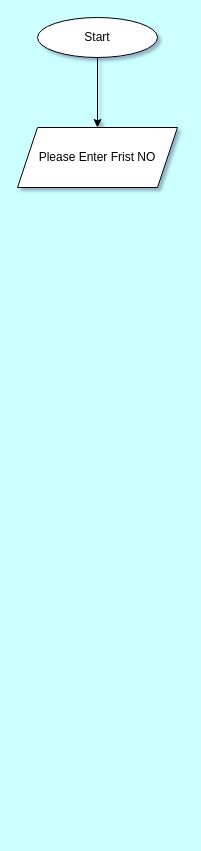
The draw.io diagram Frist Diagram.drawio in FoxAbdelaziz/FolderDiagrams, before the edit. Source tidied: cells renumbered, new cells numbered last; positions are measured from the earlier drawing's top-left corner, leaving out a move shared by most shapes. Both pictures are drawn from the tidied source at 100%, with x=0, y=0 at pixel (17, 17).
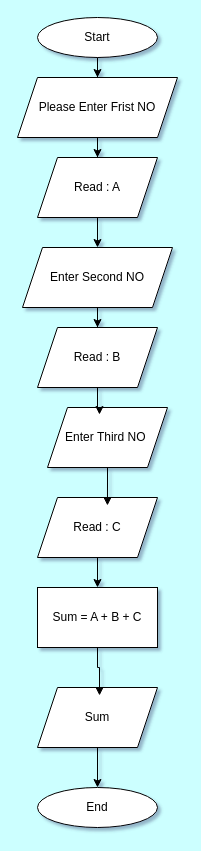
Above is the later version.

Change to the diagram source:
```diff
@@
+    <mxCell id="5" style="edgeStyle=orthogonalEdgeStyle;rounded=0;jettySize=auto;html=1;" parent="1" edge="1" source="4" target="7">
+      <mxGeometry relative="1" as="geometry" />
+    </mxCell>
     <mxCell id="4" value="Please Enter Frist NO" style="shape=parallelogram;perimeter=parallelogramPerimeter;whiteSpace=wrap;html=1;fixedSize=1;" parent="1" vertex="1">
-      <mxGeometry y="110" width="160" height="60" as="geometry" />
+      <mxGeometry y="60" width="160" height="60" as="geometry" />
     </mxCell>
+    <mxCell id="6" style="edgeStyle=orthogonalEdgeStyle;rounded=0;jettySize=auto;html=1;" parent="1" edge="1" source="7" target="9">
+      <mxGeometry relative="1" as="geometry" />
+    </mxCell>
+    <mxCell id="7" value="Read : A" style="shape=parallelogram;perimeter=parallelogramPerimeter;whiteSpace=wrap;html=1;fixedSize=1;" parent="1" vertex="1">
+      <mxGeometry x="20" y="140" width="120" height="60" as="geometry" />
+    </mxCell>
+    <mxCell id="8" style="edgeStyle=orthogonalEdgeStyle;rounded=0;jettySize=auto;html=1;" parent="1" edge="1" source="9" target="10">
+      <mxGeometry relative="1" as="geometry" />
+    </mxCell>
+    <mxCell id="9" value="Enter Second NO" style="shape=parallelogram;perimeter=parallelogramPerimeter;whiteSpace=wrap;html=1;fixedSize=1;" parent="1" vertex="1">
+      <mxGeometry x="5" y="230" width="150" height="60" as="geometry" />
+    </mxCell>
+    <mxCell id="10" value="Read : B" style="shape=parallelogram;perimeter=parallelogramPerimeter;whiteSpace=wrap;html=1;fixedSize=1;" parent="1" vertex="1">
+      <mxGeometry x="20" y="310" width="120" height="60" as="geometry" />
+    </mxCell>
+    <mxCell id="11" value="Enter Third NO&amp;nbsp;" style="shape=parallelogram;perimeter=parallelogramPerimeter;whiteSpace=wrap;html=1;fixedSize=1;" parent="1" vertex="1">
+      <mxGeometry x="30" y="390" width="120" height="60" as="geometry" />
+    </mxCell>
+    <mxCell id="12" style="edgeStyle=orthogonalEdgeStyle;rounded=0;jettySize=auto;html=1;entryX=0.433;entryY=0.117;entryDx=0;entryDy=0;entryPerimeter=0;" parent="1" edge="1" source="10" target="11">
+      <mxGeometry relative="1" as="geometry" />
+    </mxCell>
+    <mxCell id="13" style="edgeStyle=orthogonalEdgeStyle;rounded=0;jettySize=auto;html=1;entryX=0.5;entryY=0;entryDx=0;entryDy=0;" parent="1" edge="1" source="14" target="16">
+      <mxGeometry relative="1" as="geometry" />
+    </mxCell>
+    <mxCell id="14" value="Read : C" style="shape=parallelogram;perimeter=parallelogramPerimeter;whiteSpace=wrap;html=1;fixedSize=1;" parent="1" vertex="1">
+      <mxGeometry x="20" y="480" width="120" height="60" as="geometry" />
+    </mxCell>
+    <mxCell id="15" style="edgeStyle=orthogonalEdgeStyle;rounded=0;jettySize=auto;html=1;entryX=0.583;entryY=0.133;entryDx=0;entryDy=0;entryPerimeter=0;" parent="1" edge="1" source="11" target="14">
+      <mxGeometry relative="1" as="geometry" />
+    </mxCell>
+    <mxCell id="16" value="Sum = A + B + C" style="rounded=0;whiteSpace=wrap;html=1;" parent="1" vertex="1">
+      <mxGeometry x="20" y="570" width="120" height="60" as="geometry" />
+    </mxCell>
+    <mxCell id="17" style="edgeStyle=orthogonalEdgeStyle;rounded=0;jettySize=auto;html=1;" parent="1" edge="1" source="18" target="19">
+      <mxGeometry relative="1" as="geometry" />
+    </mxCell>
+    <mxCell id="18" value="Sum" style="shape=parallelogram;perimeter=parallelogramPerimeter;whiteSpace=wrap;html=1;fixedSize=1;" parent="1" vertex="1">
+      <mxGeometry x="20" y="670" width="120" height="60" as="geometry" />
+    </mxCell>
+    <mxCell id="19" value="End" style="ellipse;whiteSpace=wrap;html=1;" parent="1" vertex="1">
+      <mxGeometry x="20" y="770" width="120" height="40" as="geometry" />
+    </mxCell>
+    <mxCell id="20" style="edgeStyle=orthogonalEdgeStyle;rounded=0;jettySize=auto;html=1;entryX=0.517;entryY=0.133;entryDx=0;entryDy=0;entryPerimeter=0;" parent="1" edge="1" source="16" target="18">
+      <mxGeometry relative="1" as="geometry" />
+    </mxCell>
```
